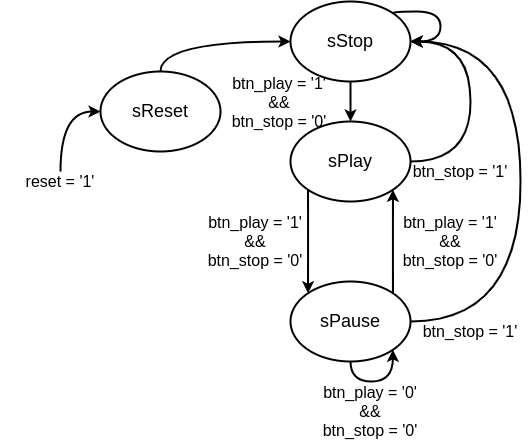
This is static/images/700/fsm-Page-1.drawio.png from KULeuven-Diepenbeek/course_disch, a draw.io export, as it was before one commit. Source tidied: cells renumbered, new cells last; positions are measured from the earlier drawing's top-left corner, leaving out a move shared by most shapes.
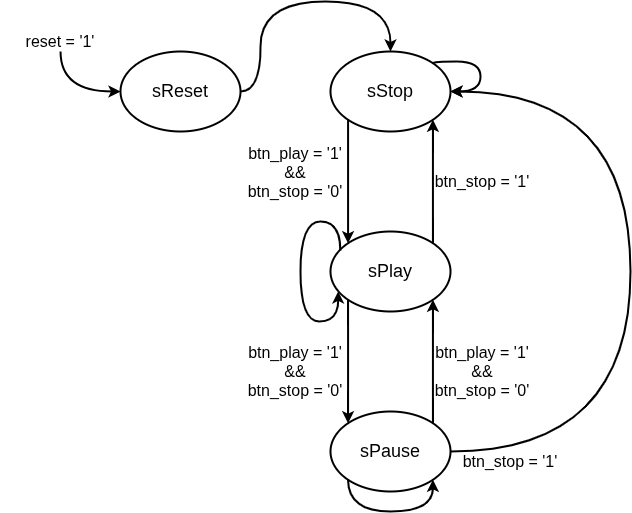
The same diagram one commit later.

Commit message:
better image for FSM

Diff of the diagram source:
```diff
@@ -2,35 +2,32 @@
   <root>
     <mxCell id="0" />
     <mxCell id="1" parent="0" />
-    <mxCell id="2" style="edgeStyle=orthogonalEdgeStyle;rounded=0;jettySize=auto;html=1;curved=1;strokeWidth=2;" parent="1" edge="1" source="3" target="6">
+    <mxCell id="2" style="edgeStyle=orthogonalEdgeStyle;rounded=0;jettySize=auto;html=1;curved=1;strokeWidth=2;exitX=1;exitY=0;exitDx=0;exitDy=0;entryX=1;entryY=1;entryDx=0;entryDy=0;" parent="1" edge="1" source="6" target="3">
       <mxGeometry relative="1" as="geometry" />
     </mxCell>
+    <mxCell id="22" style="edgeStyle=orthogonalEdgeStyle;rounded=0;jettySize=auto;html=1;entryX=0;entryY=0;entryDx=0;entryDy=0;exitX=0;exitY=1;exitDx=0;exitDy=0;strokeWidth=2;" parent="1" edge="1" source="3" target="6">
+      <mxGeometry relative="1" as="geometry" />
+    </mxCell>
     <mxCell id="3" value="&lt;font style=&quot;font-size: 18px;&quot;&gt;sStop&lt;/font&gt;" style="ellipse;whiteSpace=wrap;html=1;strokeWidth=2;" parent="1" vertex="1">
       <mxGeometry x="290" width="120" height="80" as="geometry" />
     </mxCell>
     <mxCell id="4" style="edgeStyle=orthogonalEdgeStyle;rounded=0;jettySize=auto;html=1;entryX=0;entryY=0;entryDx=0;entryDy=0;curved=1;exitX=0;exitY=1;exitDx=0;exitDy=0;strokeWidth=2;" parent="1" edge="1" source="6" target="11">
       <mxGeometry relative="1" as="geometry" />
     </mxCell>
-    <mxCell id="5" style="edgeStyle=orthogonalEdgeStyle;rounded=0;jettySize=auto;html=1;exitX=1;exitY=0.5;exitDx=0;exitDy=0;curved=1;entryX=1;entryY=0.5;entryDx=0;entryDy=0;strokeWidth=2;" parent="1" edge="1" source="6" target="3">
-      <mxGeometry relative="1" as="geometry">
-        <Array as="points">
-          <mxPoint x="470" y="160" />
-          <mxPoint x="470" y="40" />
-        </Array>
-      </mxGeometry>
-    </mxCell>
     <mxCell id="6" value="&lt;font style=&quot;font-size: 18px;&quot;&gt;sPlay&lt;/font&gt;" style="ellipse;whiteSpace=wrap;html=1;strokeWidth=2;" parent="1" vertex="1">
-      <mxGeometry x="290" y="120" width="120" height="80" as="geometry" />
+      <mxGeometry x="290" y="180" width="120" height="80" as="geometry" />
     </mxCell>
-    <mxCell id="7" style="edgeStyle=orthogonalEdgeStyle;rounded=0;jettySize=auto;html=1;entryX=0;entryY=0.5;entryDx=0;entryDy=0;curved=1;strokeWidth=2;exitX=0.5;exitY=0;exitDx=0;exitDy=0;" parent="1" edge="1" source="8" target="3">
+    <mxCell id="7" style="edgeStyle=orthogonalEdgeStyle;rounded=0;jettySize=auto;html=1;entryX=0.5;entryY=0;entryDx=0;entryDy=0;curved=1;strokeWidth=2;exitX=1;exitY=0.5;exitDx=0;exitDy=0;" parent="1" edge="1" source="8" target="3">
       <mxGeometry relative="1" as="geometry">
         <Array as="points">
-          <mxPoint x="160" y="40" />
+          <mxPoint x="220" y="40" />
+          <mxPoint x="220" y="-50" />
+          <mxPoint x="350" y="-50" />
         </Array>
       </mxGeometry>
     </mxCell>
     <mxCell id="8" value="&lt;font style=&quot;font-size: 18px;&quot;&gt;sReset&lt;/font&gt;" style="ellipse;whiteSpace=wrap;html=1;strokeWidth=2;" parent="1" vertex="1">
-      <mxGeometry x="100" y="70" width="120" height="80" as="geometry" />
+      <mxGeometry x="80" width="120" height="80" as="geometry" />
     </mxCell>
     <mxCell id="9" style="edgeStyle=orthogonalEdgeStyle;rounded=0;jettySize=auto;html=1;entryX=1;entryY=1;entryDx=0;entryDy=0;exitX=1;exitY=0;exitDx=0;exitDy=0;curved=1;strokeWidth=2;" parent="1" edge="1" source="11" target="6">
       <mxGeometry relative="1" as="geometry" />
@@ -38,31 +35,33 @@
     <mxCell id="10" style="edgeStyle=orthogonalEdgeStyle;rounded=0;jettySize=auto;html=1;entryX=1;entryY=0.5;entryDx=0;entryDy=0;exitX=1;exitY=0.5;exitDx=0;exitDy=0;curved=1;strokeWidth=2;" parent="1" edge="1" source="11" target="3">
       <mxGeometry relative="1" as="geometry">
         <Array as="points">
-          <mxPoint x="520" y="320" />
-          <mxPoint x="520" y="40" />
+          <mxPoint x="590" y="400" />
+          <mxPoint x="590" y="40" />
         </Array>
       </mxGeometry>
     </mxCell>
     <mxCell id="11" value="&lt;font style=&quot;font-size: 18px;&quot;&gt;sPause&lt;/font&gt;" style="ellipse;whiteSpace=wrap;html=1;strokeWidth=2;" parent="1" vertex="1">
-      <mxGeometry x="290" y="280" width="120" height="80" as="geometry" />
+      <mxGeometry x="290" y="360" width="120" height="80" as="geometry" />
     </mxCell>
     <mxCell id="12" value="&lt;font style=&quot;font-size: 16px;&quot;&gt;btn_play = '1'&lt;/font&gt;&lt;div&gt;&lt;font style=&quot;font-size: 16px;&quot;&gt;&amp;amp;&amp;amp;&lt;/font&gt;&lt;/div&gt;&lt;div&gt;&lt;font style=&quot;font-size: 16px;&quot;&gt;&lt;span style=&quot;background-color: transparent; color: light-dark(rgb(0, 0, 0), rgb(255, 255, 255));&quot;&gt;btn_&lt;/span&gt;stop = '0'&lt;/font&gt;&lt;/div&gt;" style="text;html=1;align=center;verticalAlign=middle;whiteSpace=wrap;rounded=0;" parent="1" vertex="1">
-      <mxGeometry x="400" y="210" width="100" height="60" as="geometry" />
+      <mxGeometry x="392" y="290" width="100" height="60" as="geometry" />
     </mxCell>
-    <mxCell id="13" style="edgeStyle=orthogonalEdgeStyle;rounded=0;orthogonalLoop=1;jettySize=auto;html=1;entryX=1;entryY=1;entryDx=0;entryDy=0;exitX=0.5;exitY=1;exitDx=0;exitDy=0;curved=1;strokeWidth=2;" parent="1" edge="1" source="11" target="11">
-      <mxGeometry relative="1" as="geometry" />
+    <mxCell id="13" style="edgeStyle=orthogonalEdgeStyle;rounded=0;orthogonalLoop=1;jettySize=auto;html=1;entryX=1;entryY=1;entryDx=0;entryDy=0;exitX=0;exitY=1;exitDx=0;exitDy=0;curved=1;strokeWidth=2;" parent="1" edge="1" source="11" target="11">
+      <mxGeometry relative="1" as="geometry">
+        <Array as="points">
+          <mxPoint x="308" y="460" />
+          <mxPoint x="392" y="460" />
+        </Array>
+      </mxGeometry>
     </mxCell>
-    <mxCell id="14" value="&lt;font style=&quot;font-size: 16px;&quot;&gt;btn_play = '0'&lt;/font&gt;&lt;div&gt;&lt;font style=&quot;font-size: 16px;&quot;&gt;&amp;amp;&amp;amp;&lt;/font&gt;&lt;/div&gt;&lt;div&gt;&lt;font style=&quot;font-size: 16px;&quot;&gt;&lt;span style=&quot;background-color: transparent; color: light-dark(rgb(0, 0, 0), rgb(255, 255, 255));&quot;&gt;btn_&lt;/span&gt;stop = '0'&lt;/font&gt;&lt;/div&gt;" style="text;html=1;align=center;verticalAlign=middle;whiteSpace=wrap;rounded=0;" parent="1" vertex="1">
-      <mxGeometry x="310" y="380" width="120" height="60" as="geometry" />
-    </mxCell>
     <mxCell id="15" value="&lt;font style=&quot;font-size: 16px;&quot;&gt;btn_stop = '1'&lt;/font&gt;" style="text;html=1;align=center;verticalAlign=middle;whiteSpace=wrap;rounded=0;" parent="1" vertex="1">
-      <mxGeometry x="410" y="320" width="120" height="20" as="geometry" />
+      <mxGeometry x="410" y="400" width="120" height="20" as="geometry" />
     </mxCell>
     <mxCell id="16" value="&lt;font style=&quot;font-size: 16px;&quot;&gt;btn_stop = '1'&lt;/font&gt;" style="text;html=1;align=center;verticalAlign=middle;whiteSpace=wrap;rounded=0;" parent="1" vertex="1">
-      <mxGeometry x="400" y="160" width="120" height="20" as="geometry" />
+      <mxGeometry x="382" y="120" width="120" height="20" as="geometry" />
     </mxCell>
     <mxCell id="17" value="&lt;font style=&quot;font-size: 16px;&quot;&gt;btn_play = '1'&lt;/font&gt;&lt;div&gt;&lt;font style=&quot;font-size: 16px;&quot;&gt;&amp;amp;&amp;amp;&lt;/font&gt;&lt;/div&gt;&lt;div&gt;&lt;font style=&quot;font-size: 16px;&quot;&gt;&lt;span style=&quot;background-color: transparent; color: light-dark(rgb(0, 0, 0), rgb(255, 255, 255));&quot;&gt;btn_&lt;/span&gt;stop = '0'&lt;/font&gt;&lt;/div&gt;" style="text;html=1;align=center;verticalAlign=middle;whiteSpace=wrap;rounded=0;" parent="1" vertex="1">
-      <mxGeometry x="230" y="71" width="98" height="60" as="geometry" />
+      <mxGeometry x="205" y="91" width="100" height="60" as="geometry" />
     </mxCell>
     <mxCell id="18" style="edgeStyle=orthogonalEdgeStyle;rounded=0;orthogonalLoop=1;jettySize=auto;html=1;entryX=1;entryY=0.5;entryDx=0;entryDy=0;curved=1;exitX=1;exitY=0;exitDx=0;exitDy=0;strokeWidth=2;" parent="1" edge="1" source="3" target="3">
       <mxGeometry relative="1" as="geometry">
@@ -74,13 +73,27 @@
       </mxGeometry>
     </mxCell>
     <mxCell id="19" style="edgeStyle=orthogonalEdgeStyle;rounded=0;jettySize=auto;html=1;entryX=0;entryY=0.5;entryDx=0;entryDy=0;strokeWidth=2;curved=1;" parent="1" edge="1" source="20" target="8">
-      <mxGeometry relative="1" as="geometry" />
+      <mxGeometry relative="1" as="geometry">
+        <Array as="points">
+          <mxPoint x="20" y="40" />
+        </Array>
+      </mxGeometry>
     </mxCell>
     <mxCell id="20" value="&lt;font style=&quot;font-size: 16px;&quot;&gt;reset = '1'&lt;/font&gt;" style="text;html=1;align=center;verticalAlign=middle;whiteSpace=wrap;rounded=0;" parent="1" vertex="1">
-      <mxGeometry y="170" width="120" height="20" as="geometry" />
+      <mxGeometry x="-40" y="-20" width="120" height="20" as="geometry" />
     </mxCell>
     <mxCell id="21" value="&lt;font style=&quot;font-size: 16px;&quot;&gt;btn_play = '1'&lt;/font&gt;&lt;div&gt;&lt;font style=&quot;font-size: 16px;&quot;&gt;&amp;amp;&amp;amp;&lt;/font&gt;&lt;/div&gt;&lt;div&gt;&lt;font style=&quot;font-size: 16px;&quot;&gt;&lt;span style=&quot;background-color: transparent; color: light-dark(rgb(0, 0, 0), rgb(255, 255, 255));&quot;&gt;btn_&lt;/span&gt;stop = '0'&lt;/font&gt;&lt;/div&gt;" style="text;html=1;align=center;verticalAlign=middle;whiteSpace=wrap;rounded=0;" parent="1" vertex="1">
-      <mxGeometry x="205" y="210" width="100" height="60" as="geometry" />
+      <mxGeometry x="205" y="290" width="100" height="60" as="geometry" />
     </mxCell>
+    <mxCell id="23" style="edgeStyle=orthogonalEdgeStyle;rounded=0;orthogonalLoop=1;jettySize=auto;html=1;entryX=0.064;entryY=0.749;entryDx=0;entryDy=0;exitX=0.082;exitY=0.239;exitDx=0;exitDy=0;curved=1;strokeWidth=2;exitPerimeter=0;entryPerimeter=0;" parent="1" edge="1" source="6" target="6">
+      <mxGeometry relative="1" as="geometry">
+        <Array as="points">
+          <mxPoint x="300" y="170" />
+          <mxPoint x="260" y="170" />
+          <mxPoint x="260" y="270" />
+          <mxPoint x="298" y="270" />
+        </Array>
+      </mxGeometry>
+    </mxCell>
   </root>
 </mxGraphModel>
```
